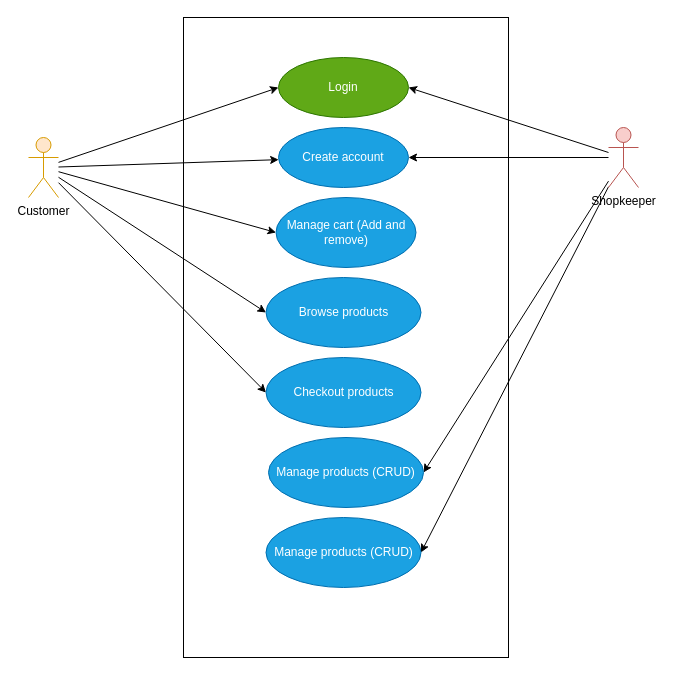
The draw.io diagram E-Commerce API Use-case diagram.drawio in RHILIUS/drawio, before the edit. Source tidied: cells renumbered, new cells numbered last; positions are measured from the earlier drawing's top-left corner, leaving out a move shared by most shapes. Both pictures are drawn from the tidied source at 100%, with x=0, y=0 at pixel (28, 17).
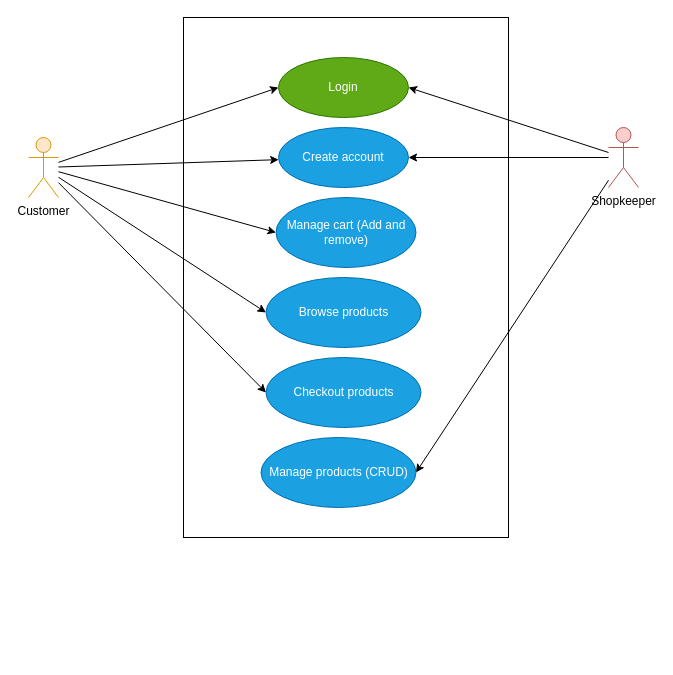
The same page after the edit.

Commit message:
Remove duplicate use-case instance

Unchanged cells that the change refers to:
```xml
<mxCell id="12" value="Shopkeeper" style="shape=umlActor;verticalLabelPosition=bottom;verticalAlign=top;html=1;outlineConnect=0;fillColor=#f8cecc;strokeColor=#b85450;" parent="1" vertex="1">
  <mxGeometry x="580" y="110" width="30" height="60" as="geometry" />
</mxCell>
```

What changed in the source:
```diff
@@
     <mxCell id="2" style="rounded=0;whiteSpace=wrap;html=1;" parent="1" vertex="1">
-      <mxGeometry x="155" width="325" height="640" as="geometry" />
+      <mxGeometry x="155" width="325" height="520" as="geometry" />
     </mxCell>
@@
-    <mxCell id="11" style="rounded=0;jettySize=auto;html=1;entryX=1;entryY=0.5;entryDx=0;entryDy=0;" parent="1" edge="1" source="12" target="19">
-      <mxGeometry relative="1" as="geometry" />
-    </mxCell>
@@
     <mxCell id="17" value="Manage products (CRUD)" style="ellipse;whiteSpace=wrap;html=1;fillColor=#1ba1e2;fontColor=#ffffff;strokeColor=#006EAF;" parent="1" vertex="1">
-      <mxGeometry x="240" y="420" width="155" height="70" as="geometry" />
+      <mxGeometry x="232.5" y="420" width="155" height="70" as="geometry" />
     </mxCell>
@@
-    <mxCell id="19" value="Manage products (CRUD)" style="ellipse;whiteSpace=wrap;html=1;fillColor=#1ba1e2;fontColor=#ffffff;strokeColor=#006EAF;" parent="1" vertex="1">
-      <mxGeometry x="237.5" y="500" width="155" height="70" as="geometry" />
-    </mxCell>
```
